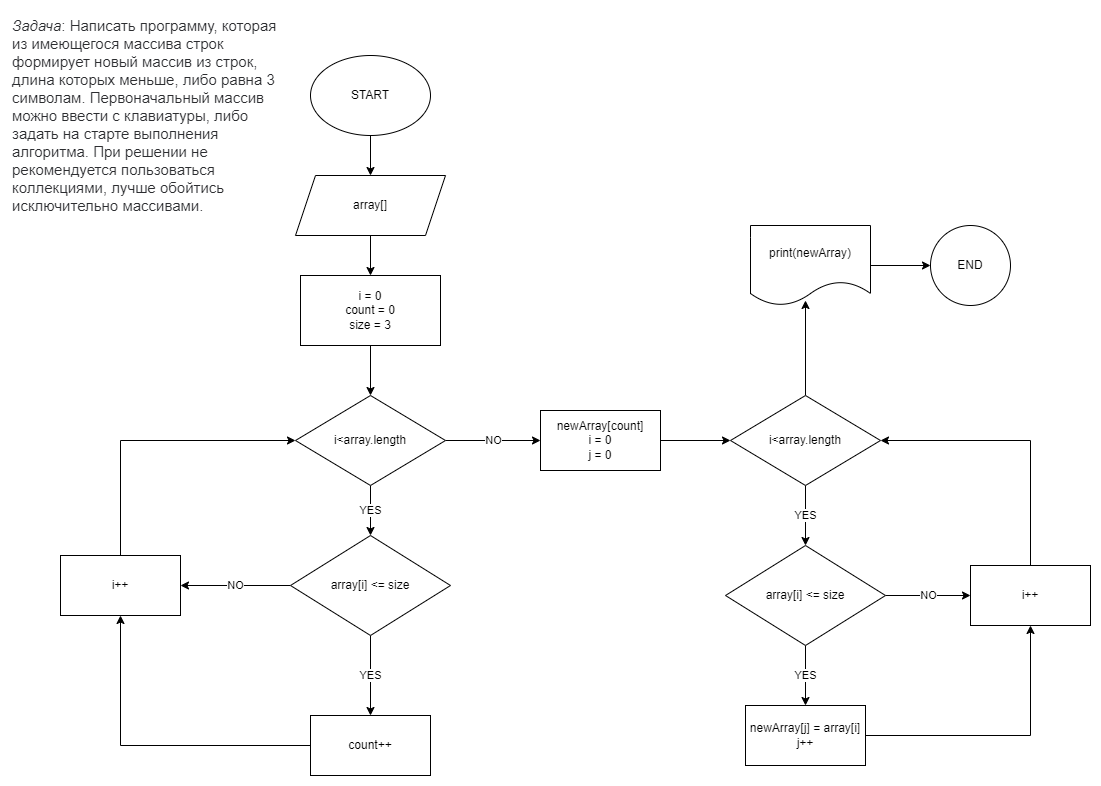
Above: block_diagram.drawio.png in Goraldaa/final_examination (draw.io), before the change. Source tidied: cells renumbered, new cells last; positions are measured from the earlier drawing's top-left corner, leaving out a move shared by most shapes.
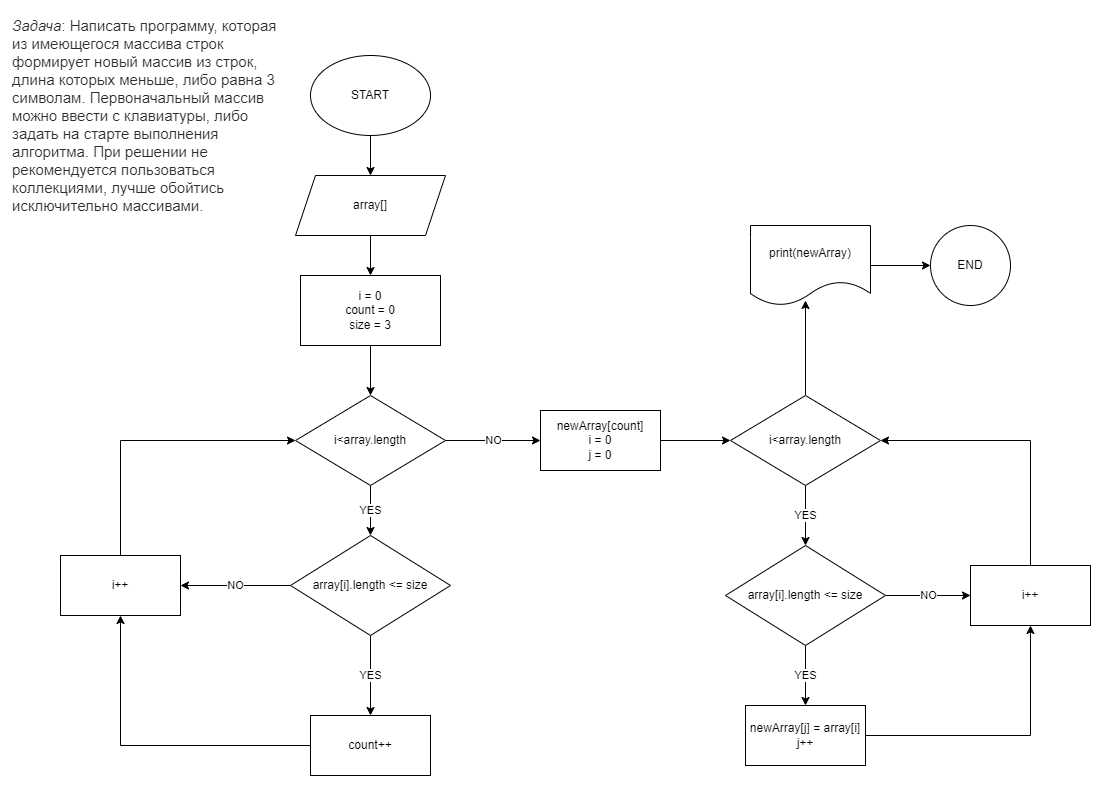
After the change.

Commit message:
add change in block_diagram

Diff of the diagram source:
```diff
@@ -26,7 +26,7 @@
     <mxCell id="9" value="NO" style="edgeStyle=orthogonalEdgeStyle;rounded=0;jettySize=auto;html=1;" parent="1" edge="1" source="10" target="15">
       <mxGeometry relative="1" as="geometry" />
     </mxCell>
-    <mxCell id="10" value="array[i] &amp;lt;= size" style="rhombus;whiteSpace=wrap;html=1;" parent="1" vertex="1">
+    <mxCell id="10" value="array[i].length &amp;lt;= size" style="rhombus;whiteSpace=wrap;html=1;" parent="1" vertex="1">
       <mxGeometry x="280" y="525" width="160" height="100" as="geometry" />
     </mxCell>
     <mxCell id="11" value="&lt;em style=&quot;box-sizing: border-box; color: rgb(44, 45, 48); font-family: Roboto, &amp;quot;San Francisco&amp;quot;, &amp;quot;Helvetica Neue&amp;quot;, Helvetica, Arial; font-size: 15px; font-variant-ligatures: normal; font-variant-caps: normal; font-weight: 400; letter-spacing: normal; orphans: 2; text-align: start; text-indent: 0px; text-transform: none; widows: 2; word-spacing: 0px; -webkit-text-stroke-width: 0px; background-color: rgb(255, 255, 255); text-decoration-thickness: initial; text-decoration-style: initial; text-decoration-color: initial;&quot;&gt;Задача&lt;/em&gt;&lt;span style=&quot;color: rgb(44, 45, 48); font-family: Roboto, &amp;quot;San Francisco&amp;quot;, &amp;quot;Helvetica Neue&amp;quot;, Helvetica, Arial; font-size: 15px; font-style: normal; font-variant-ligatures: normal; font-variant-caps: normal; font-weight: 400; letter-spacing: normal; orphans: 2; text-align: start; text-indent: 0px; text-transform: none; widows: 2; word-spacing: 0px; -webkit-text-stroke-width: 0px; background-color: rgb(255, 255, 255); text-decoration-thickness: initial; text-decoration-style: initial; text-decoration-color: initial; float: none; display: inline !important;&quot;&gt;: Написать программу, которая из имеющегося массива строк формирует новый массив из строк, длина которых меньше, либо равна 3 символам. Первоначальный массив можно ввести с клавиатуры, либо задать на старте выполнения алгоритма. При решении не рекомендуется пользоваться коллекциями, лучше обойтись исключительно массивами.&lt;/span&gt;" style="text;whiteSpace=wrap;html=1;" parent="1" vertex="1">
@@ -80,7 +80,7 @@
     <mxCell id="25" value="NO" style="edgeStyle=orthogonalEdgeStyle;rounded=0;jettySize=auto;html=1;" parent="1" edge="1" source="26" target="30">
       <mxGeometry relative="1" as="geometry" />
     </mxCell>
-    <mxCell id="26" value="array[i] &amp;lt;= size" style="rhombus;whiteSpace=wrap;html=1;" parent="1" vertex="1">
+    <mxCell id="26" value="array[i].length &amp;lt;= size" style="rhombus;whiteSpace=wrap;html=1;" parent="1" vertex="1">
       <mxGeometry x="715" y="535" width="160" height="100" as="geometry" />
     </mxCell>
     <mxCell id="27" style="edgeStyle=orthogonalEdgeStyle;rounded=0;jettySize=auto;html=1;entryX=0.5;entryY=1;entryDx=0;entryDy=0;" parent="1" edge="1" source="28" target="30">
```
